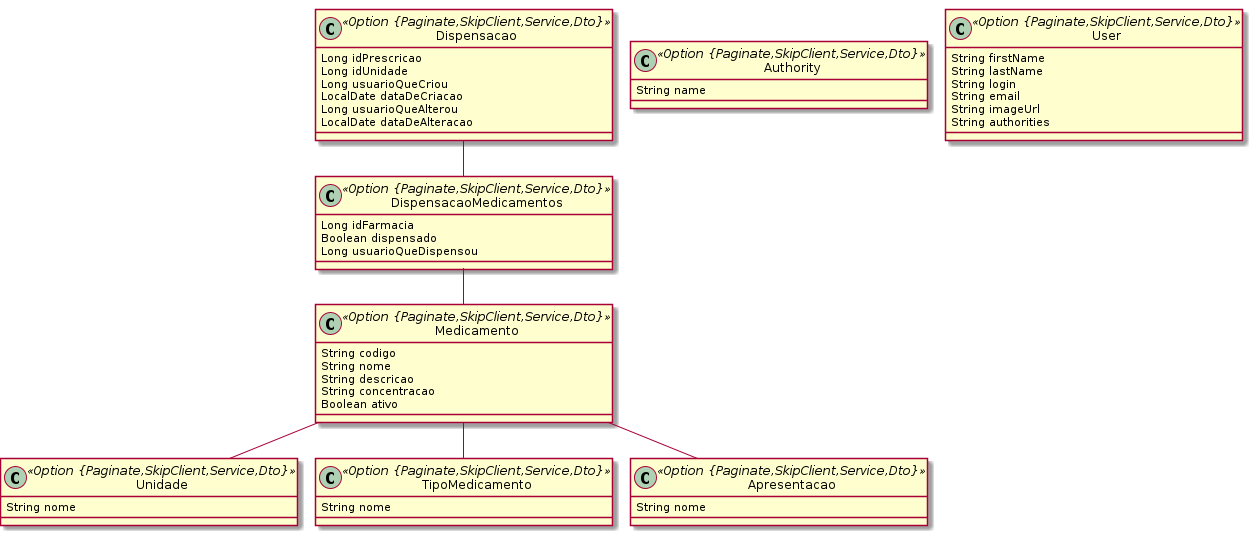
This is farmacia/farmacia.png from BasisTI/madre, a PlantUML export, as it was before one commit.
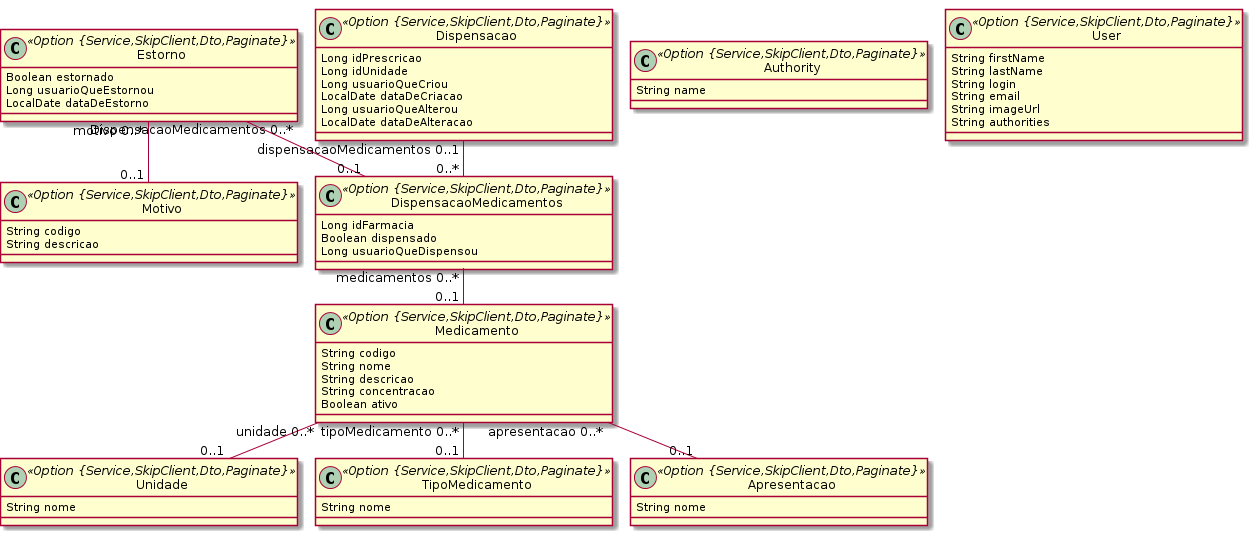
After the change.

Change to the diagram source:
```diff
@@ -1,7 +1,16 @@
 @startuml
 	!pragma graphviz_dot jdot
 	!pragma syntax class
-	class Dispensacao <<Option {Paginate,SkipClient,Service,Dto}>> {
+	class Estorno <<Option {Service,SkipClient,Dto,Paginate}>> {
+		Boolean estornado
+		Long usuarioQueEstornou
+		LocalDate dataDeEstorno
+	}
+	class Motivo <<Option {Service,SkipClient,Dto,Paginate}>> {
+		String codigo
+		String descricao
+	}
+	class Dispensacao <<Option {Service,SkipClient,Dto,Paginate}>> {
 		Long idPrescricao
 		Long idUnidade
 		Long usuarioQueCriou
@@ -9,25 +18,25 @@
 		Long usuarioQueAlterou
 		LocalDate dataDeAlteracao
 	}
-	class DispensacaoMedicamentos <<Option {Paginate,SkipClient,Service,Dto}>> {
+	class DispensacaoMedicamentos <<Option {Service,SkipClient,Dto,Paginate}>> {
 		Long idFarmacia
 		Boolean dispensado
 		Long usuarioQueDispensou
 	}
-	class Medicamento <<Option {Paginate,SkipClient,Service,Dto}>> {
+	class Medicamento <<Option {Service,SkipClient,Dto,Paginate}>> {
 		String codigo
 		String nome
 		String descricao
 		String concentracao
 		Boolean ativo
 	}
-	class Unidade <<Option {Paginate,SkipClient,Service,Dto}>> {
+	class Unidade <<Option {Service,SkipClient,Dto,Paginate}>> {
 		String nome
 	}
-	class TipoMedicamento <<Option {Paginate,SkipClient,Service,Dto}>> {
+	class TipoMedicamento <<Option {Service,SkipClient,Dto,Paginate}>> {
 		String nome
 	}
-	class Apresentacao <<Option {Paginate,SkipClient,Service,Dto}>> {
+	class Apresentacao <<Option {Service,SkipClient,Dto,Paginate}>> {
 		String nome
 	}
 	Dispensacao  "dispensacaoMedicamentos 0..1 " --o "0..* "  DispensacaoMedicamentos
@@ -35,10 +44,12 @@
 	Medicamento  "tipoMedicamento 0..* " o-- "0..1 "  TipoMedicamento
 	Medicamento  "apresentacao 0..* " o-- "0..1 "  Apresentacao
 	Medicamento  "unidade 0..* " o-- "0..1 "  Unidade
-	class Authority <<Option {Paginate,SkipClient,Service,Dto}>> {
+	Estorno  "DispensacaoMedicamentos 0..* " o-- "0..1 "  DispensacaoMedicamentos
+	Estorno  "motivo 0..* " o-- "0..1 "  Motivo
+	class Authority <<Option {Service,SkipClient,Dto,Paginate}>> {
 		String name
 	}
-	class User <<Option {Paginate,SkipClient,Service,Dto}>> {
+	class User <<Option {Service,SkipClient,Dto,Paginate}>> {
 		String firstName
 		String lastName
 		String login
```
